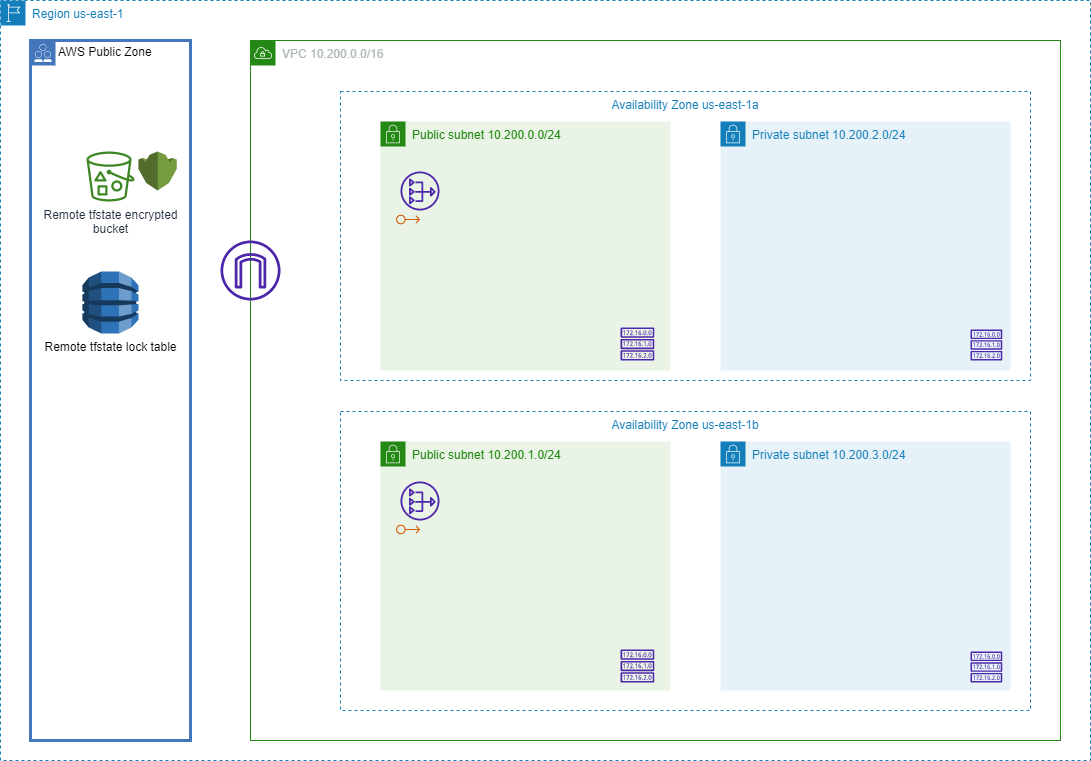
The draw.io diagram images/diagram.png in enanselmi/simple-web-tier, before a commit. Source tidied: cells renumbered, new cells last; positions are measured from the earlier drawing's top-left corner, leaving out a move shared by most shapes.
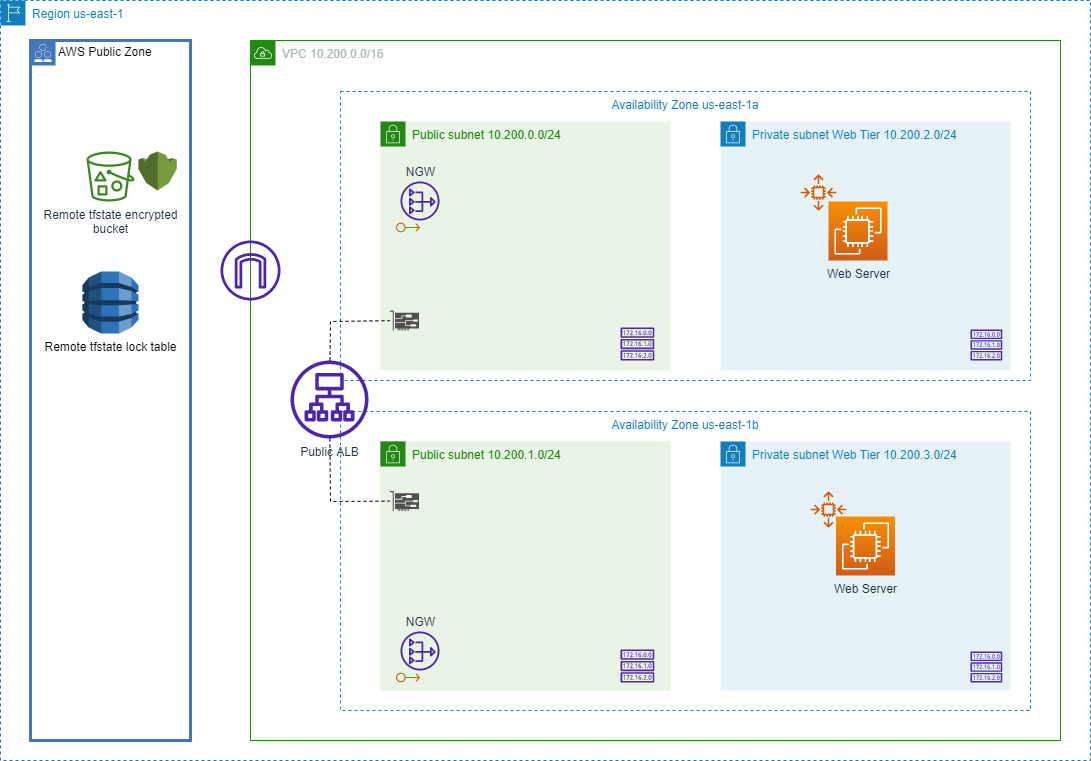
After the change.

Diff of the diagram source:
```diff
@@ -38,12 +38,27 @@
     <mxCell id="13" style="sketch=0;fontColor=#232F3E;gradientColor=none;fillColor=#D45B07;strokeColor=none;dashed=0;verticalLabelPosition=bottom;verticalAlign=top;align=center;html=1;fontSize=12;fontStyle=0;shape=mxgraph.aws4.elastic_ip_address;" parent="12" vertex="1">
       <mxGeometry x="15.5" y="83" width="24" height="10" as="geometry" />
     </mxCell>
+    <mxCell id="23" style="sketch=0;fontColor=#232F3E;gradientColor=none;fillColor=#4D27AA;strokeColor=none;dashed=0;verticalLabelPosition=bottom;verticalAlign=top;align=center;html=1;fontSize=12;fontStyle=0;shape=mxgraph.aws4.nat_gateway;" parent="12" vertex="1">
+      <mxGeometry x="20" y="40" width="39" height="39" as="geometry" />
+    </mxCell>
+    <mxCell id="24" value="Public subnet 10.200.1.0/24" style="gradientColor=none;html=1;whiteSpace=wrap;fontSize=12;fontStyle=0;shape=mxgraph.aws4.group;grIcon=mxgraph.aws4.group_security_group;grStroke=0;strokeColor=#248814;fillColor=#E9F3E6;verticalAlign=top;align=left;spacingLeft=30;fontColor=#248814;dashed=0;" parent="12" vertex="1">
+      <mxGeometry width="290" height="249" as="geometry" />
+    </mxCell>
+    <mxCell id="25" style="sketch=0;fontColor=#232F3E;gradientColor=none;fillColor=#D45B07;strokeColor=none;dashed=0;verticalLabelPosition=bottom;verticalAlign=top;align=center;html=1;fontSize=12;fontStyle=0;shape=mxgraph.aws4.elastic_ip_address;" parent="24" vertex="1">
+      <mxGeometry x="15.5" y="231" width="24" height="10" as="geometry" />
+    </mxCell>
+    <mxCell id="26" style="sketch=0;shadow=0;dashed=0;html=1;strokeColor=none;fillColor=#505050;labelPosition=center;verticalLabelPosition=bottom;verticalAlign=top;outlineConnect=0;align=center;shape=mxgraph.office.devices.nic;" parent="12" vertex="1">
+      <mxGeometry x="9.5" y="49.5" width="29" height="20" as="geometry" />
+    </mxCell>
-    <mxCell id="14" value="Private subnet 10.200.2.0/24" style="gradientColor=none;html=1;whiteSpace=wrap;fontSize=12;fontStyle=0;shape=mxgraph.aws4.group;grIcon=mxgraph.aws4.group_security_group;grStroke=0;strokeColor=#147EBA;fillColor=#E6F2F8;verticalAlign=top;align=left;spacingLeft=30;fontColor=#147EBA;dashed=0;" parent="7" vertex="1">
+    <mxCell id="14" value="Private subnet Web Tier 10.200.2.0/24" style="gradientColor=none;html=1;whiteSpace=wrap;fontSize=12;fontStyle=0;shape=mxgraph.aws4.group;grIcon=mxgraph.aws4.group_security_group;grStroke=0;strokeColor=#147EBA;fillColor=#E6F2F8;verticalAlign=top;align=left;spacingLeft=30;fontColor=#147EBA;dashed=0;" parent="7" vertex="1">
       <mxGeometry x="470" y="81" width="290" height="249" as="geometry" />
     </mxCell>
-    <mxCell id="15" value="Private subnet 10.200.3.0/24" style="gradientColor=none;html=1;whiteSpace=wrap;fontSize=12;fontStyle=0;shape=mxgraph.aws4.group;grIcon=mxgraph.aws4.group_security_group;grStroke=0;strokeColor=#147EBA;fillColor=#E6F2F8;verticalAlign=top;align=left;spacingLeft=30;fontColor=#147EBA;dashed=0;" parent="7" vertex="1">
+    <mxCell id="15" value="Private subnet Web Tier 10.200.3.0/24" style="gradientColor=none;html=1;whiteSpace=wrap;fontSize=12;fontStyle=0;shape=mxgraph.aws4.group;grIcon=mxgraph.aws4.group_security_group;grStroke=0;strokeColor=#147EBA;fillColor=#E6F2F8;verticalAlign=top;align=left;spacingLeft=30;fontColor=#147EBA;dashed=0;" parent="7" vertex="1">
       <mxGeometry x="470" y="401" width="290" height="249" as="geometry" />
     </mxCell>
+    <mxCell id="27" value="Web Server" style="sketch=0;fontColor=#232F3E;gradientColor=#F78E04;gradientDirection=north;fillColor=#D05C17;strokeColor=#ffffff;dashed=0;verticalLabelPosition=bottom;verticalAlign=top;align=center;html=1;fontSize=12;fontStyle=0;shape=mxgraph.aws4.resourceIcon;resIcon=mxgraph.aws4.ec2;" parent="15" vertex="1">
+      <mxGeometry x="115.5" y="75" width="59" height="59" as="geometry" />
+    </mxCell>
     <mxCell id="16" style="sketch=0;fontColor=#232F3E;gradientColor=none;fillColor=#4D27AA;strokeColor=none;dashed=0;verticalLabelPosition=bottom;verticalAlign=top;align=center;html=1;fontSize=12;fontStyle=0;shape=mxgraph.aws4.route_table;" parent="7" vertex="1">
       <mxGeometry x="370" y="287" width="33.8" height="33" as="geometry" />
     </mxCell>
@@ -53,17 +68,46 @@
     <mxCell id="18" style="sketch=0;fontColor=#232F3E;gradientColor=none;fillColor=#4D27AA;strokeColor=none;dashed=0;verticalLabelPosition=bottom;verticalAlign=top;align=center;html=1;fontSize=12;fontStyle=0;shape=mxgraph.aws4.route_table;" parent="7" vertex="1">
       <mxGeometry x="720" y="611" width="31.8" height="31" as="geometry" />
     </mxCell>
-    <mxCell id="19" style="sketch=0;fontColor=#232F3E;gradientColor=none;fillColor=#4D27AA;strokeColor=none;dashed=0;verticalLabelPosition=bottom;verticalAlign=top;align=center;html=1;fontSize=12;fontStyle=0;shape=mxgraph.aws4.nat_gateway;" parent="7" vertex="1">
-      <mxGeometry x="150" y="131" width="39" height="39" as="geometry" />
+    <mxCell id="19" value="NGW" style="sketch=0;fontColor=#232F3E;gradientColor=none;fillColor=#4D27AA;strokeColor=none;dashed=0;verticalLabelPosition=top;verticalAlign=bottom;align=center;html=1;fontSize=12;fontStyle=0;shape=mxgraph.aws4.nat_gateway;labelPosition=center;" parent="7" vertex="1">
+      <mxGeometry x="150" y="141" width="39" height="39" as="geometry" />
     </mxCell>
-    <mxCell id="20" style="sketch=0;fontColor=#232F3E;gradientColor=none;fillColor=#4D27AA;strokeColor=none;dashed=0;verticalLabelPosition=bottom;verticalAlign=top;align=center;html=1;fontSize=12;fontStyle=0;shape=mxgraph.aws4.nat_gateway;" parent="7" vertex="1">
-      <mxGeometry x="150" y="441" width="39" height="39" as="geometry" />
+    <mxCell id="20" value="NGW" style="sketch=0;fontColor=#232F3E;gradientColor=none;fillColor=#4D27AA;strokeColor=none;dashed=0;verticalLabelPosition=top;verticalAlign=bottom;align=center;html=1;fontSize=12;fontStyle=0;shape=mxgraph.aws4.nat_gateway;labelPosition=center;" parent="7" vertex="1">
+      <mxGeometry x="150" y="591" width="39" height="39" as="geometry" />
     </mxCell>
     <mxCell id="21" style="sketch=0;fontColor=#232F3E;gradientColor=none;fillColor=#D45B07;strokeColor=none;dashed=0;verticalLabelPosition=bottom;verticalAlign=top;align=center;html=1;fontSize=12;fontStyle=0;shape=mxgraph.aws4.elastic_ip_address;" parent="7" vertex="1">
-      <mxGeometry x="145.5" y="174" width="24" height="10" as="geometry" />
+      <mxGeometry x="145.5" y="182" width="24" height="10" as="geometry" />
     </mxCell>
     <mxCell id="22" style="sketch=0;fontColor=#232F3E;gradientColor=none;fillColor=#4D27AA;strokeColor=none;dashed=0;verticalLabelPosition=bottom;verticalAlign=top;align=center;html=1;fontSize=12;fontStyle=0;shape=mxgraph.aws4.route_table;" parent="7" vertex="1">
       <mxGeometry x="370" y="609" width="33.8" height="33" as="geometry" />
     </mxCell>
+    <mxCell id="28" value="Public ALB" style="sketch=0;outlineConnect=0;fontColor=#232F3E;gradientColor=none;fillColor=#4D27AA;strokeColor=none;dashed=0;verticalLabelPosition=bottom;verticalAlign=top;align=center;html=1;fontSize=12;fontStyle=0;shape=mxgraph.aws4.application_load_balancer;" parent="7" vertex="1">
+      <mxGeometry x="40" y="320" width="78" height="78" as="geometry" />
+    </mxCell>
+    <mxCell id="29" style="sketch=0;shadow=0;dashed=0;html=1;strokeColor=none;fillColor=#505050;labelPosition=center;verticalLabelPosition=bottom;verticalAlign=top;outlineConnect=0;align=center;shape=mxgraph.office.devices.nic;" parent="7" vertex="1">
+      <mxGeometry x="139.5" y="270" width="29" height="20" as="geometry" />
+    </mxCell>
+    <mxCell id="30" style="endArrow=none;dashed=1;html=1;rounded=0;" parent="7" edge="1" source="28" target="29">
+      <mxGeometry relative="1" as="geometry">
+        <Array as="points">
+          <mxPoint x="80" y="281" />
+        </Array>
+      </mxGeometry>
+    </mxCell>
+    <mxCell id="31" style="endArrow=none;dashed=1;html=1;rounded=0;" parent="7" edge="1" source="28" target="26">
+      <mxGeometry relative="1" as="geometry">
+        <Array as="points">
+          <mxPoint x="80" y="461" />
+        </Array>
+      </mxGeometry>
+    </mxCell>
+    <mxCell id="32" style="sketch=0;fontColor=#232F3E;gradientColor=none;fillColor=#D45B07;strokeColor=none;dashed=0;verticalLabelPosition=bottom;verticalAlign=top;align=center;html=1;fontSize=12;fontStyle=0;shape=mxgraph.aws4.auto_scaling2;" parent="7" vertex="1">
+      <mxGeometry x="550" y="134" width="36" height="36" as="geometry" />
+    </mxCell>
+    <mxCell id="33" value="Web Server" style="sketch=0;fontColor=#232F3E;gradientColor=#F78E04;gradientDirection=north;fillColor=#D05C17;strokeColor=#ffffff;dashed=0;verticalLabelPosition=bottom;verticalAlign=top;align=center;html=1;fontSize=12;fontStyle=0;shape=mxgraph.aws4.resourceIcon;resIcon=mxgraph.aws4.ec2;" parent="7" vertex="1">
+      <mxGeometry x="578" y="161" width="59" height="59" as="geometry" />
+    </mxCell>
+    <mxCell id="34" style="sketch=0;fontColor=#232F3E;gradientColor=none;fillColor=#D45B07;strokeColor=none;dashed=0;verticalLabelPosition=bottom;verticalAlign=top;align=center;html=1;fontSize=12;fontStyle=0;shape=mxgraph.aws4.auto_scaling2;" parent="7" vertex="1">
+      <mxGeometry x="560" y="451" width="36" height="36" as="geometry" />
+    </mxCell>
   </root>
 </mxGraphModel>
```
